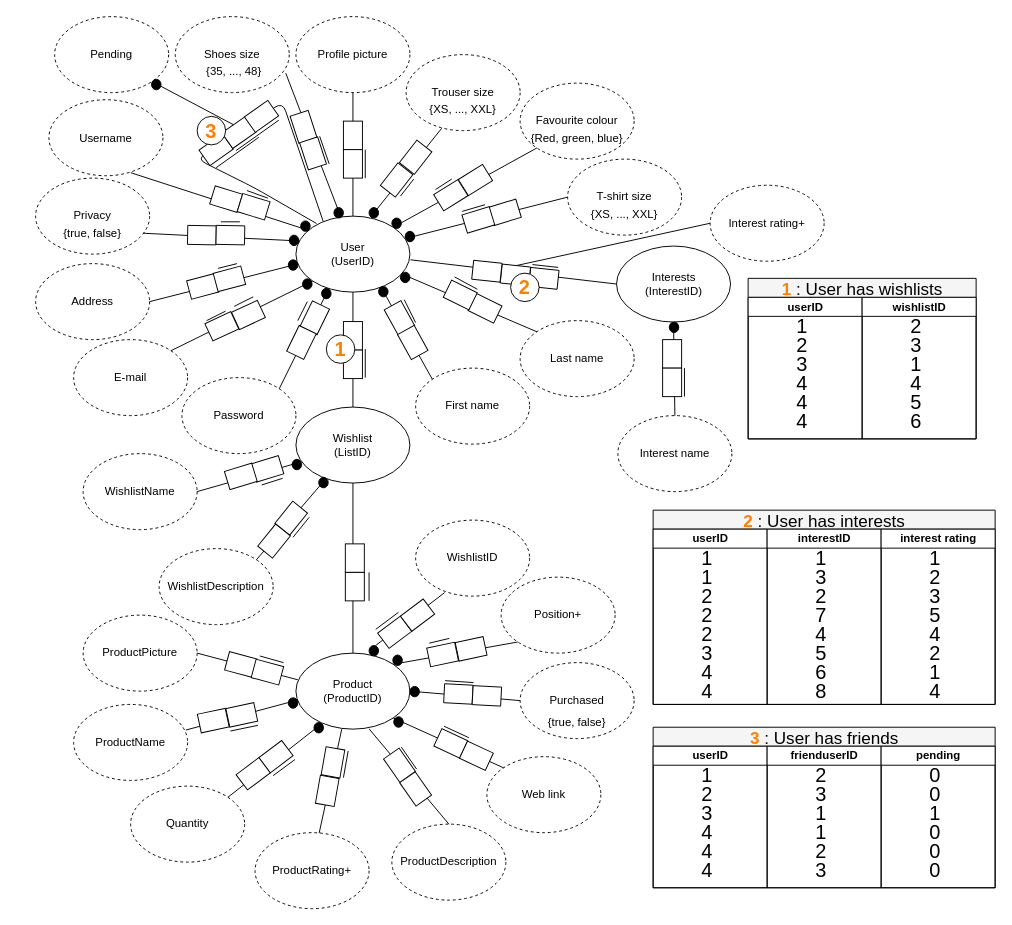
Before: Diagrammes/ORM.drawio in NNepper/LSINF1225-2020-GroupeL1.1-WishList, a draw.io diagram. Source tidied: cells renumbered, new cells numbered last; positions are measured from the earlier drawing's top-left corner, leaving out a move shared by most shapes. Both pictures are drawn from the tidied source at 95%, with x=0, y=0 at pixel (16, 16).
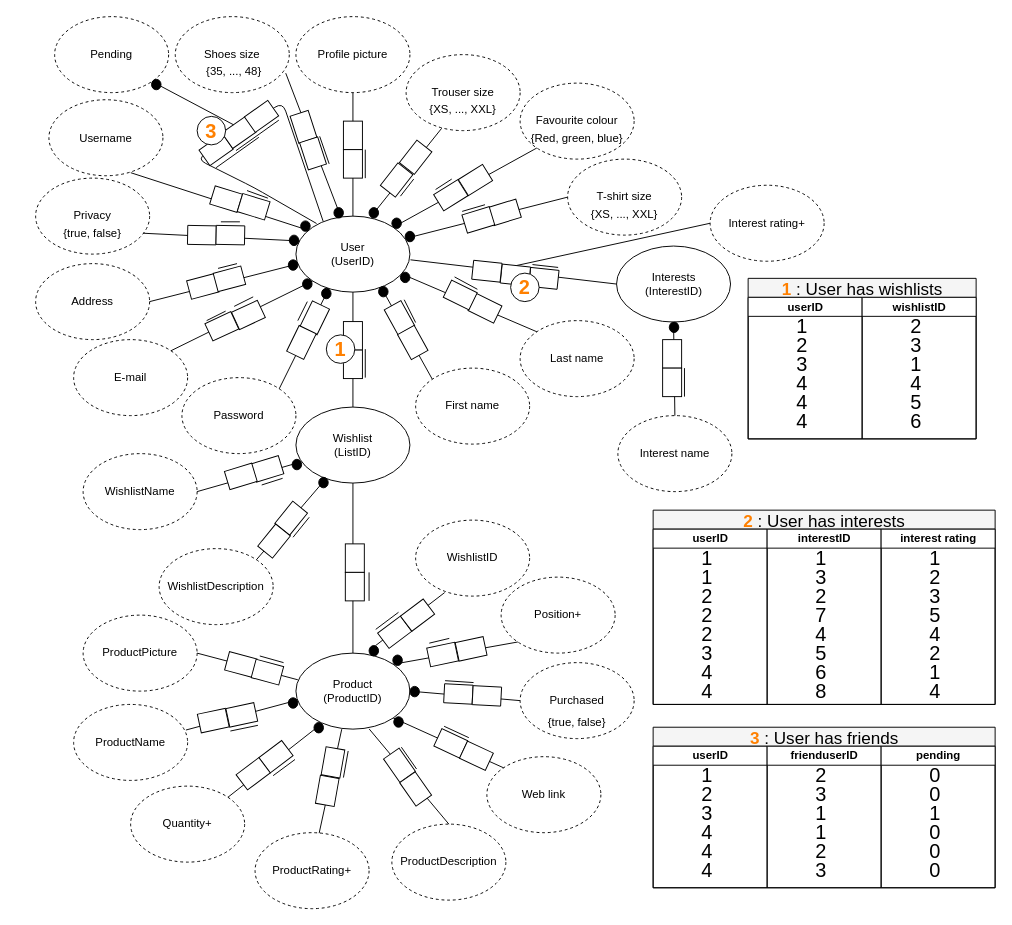
The same diagram, later.

Diff of the diagram source:
```diff
@@
-    <mxCell id="25" value="Quantity" style="ellipse;whiteSpace=wrap;html=1;dashed=1;" parent="1" vertex="1">
+    <mxCell id="25" value="Quantity+" style="ellipse;whiteSpace=wrap;html=1;dashed=1;" parent="1" vertex="1">
       <mxGeometry x="120" y="810" width="120" height="80" as="geometry" />
     </mxCell>
```
